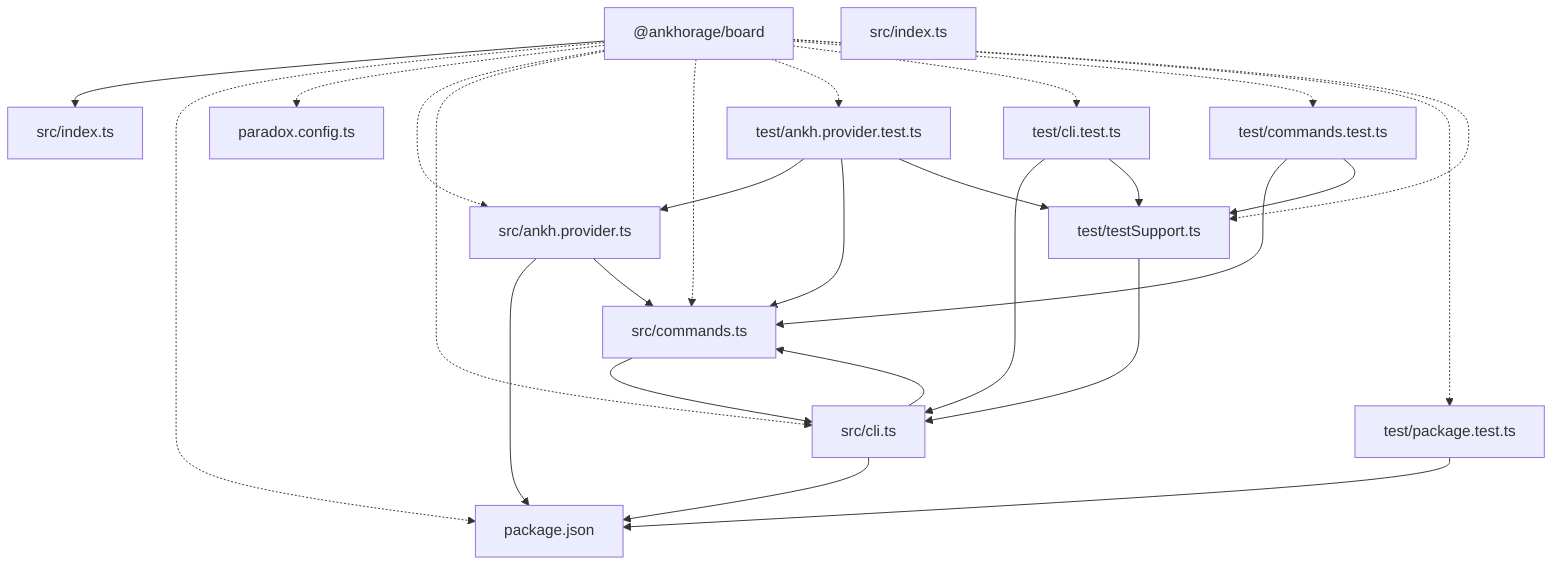
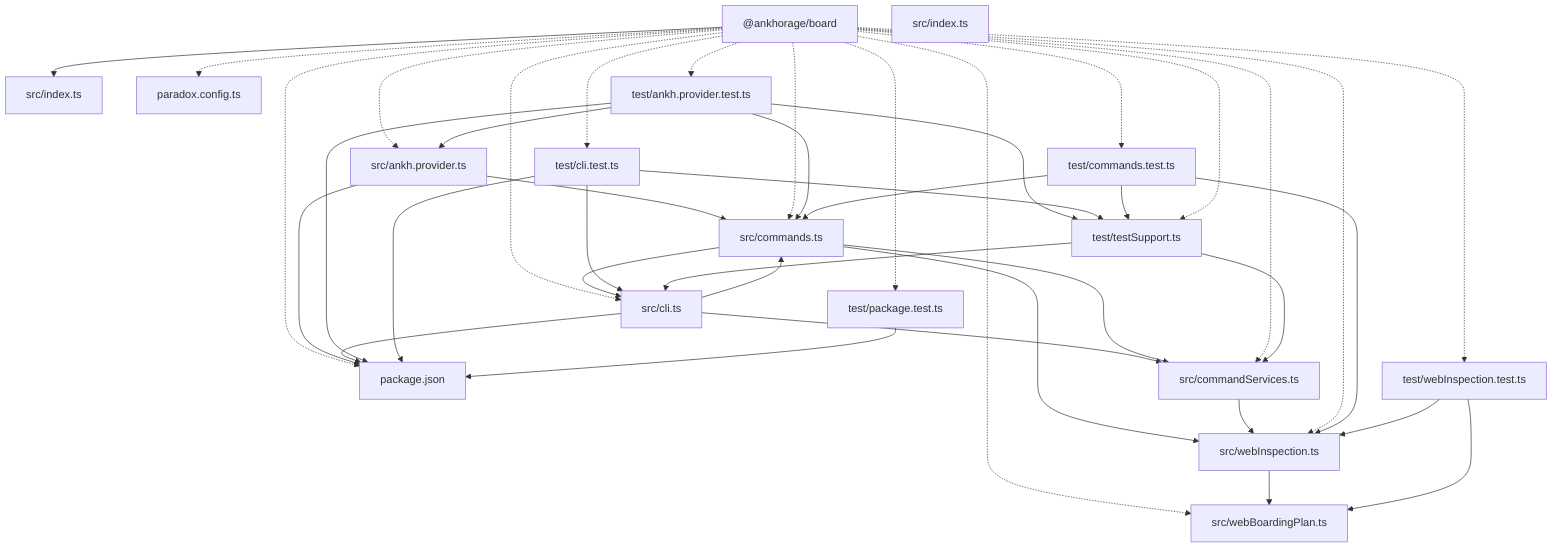
graph TD
  package__ankhorage_board["@ankhorage/board"]
  entrypoint_src_index_ts["src/index.ts"]
  package__ankhorage_board --> entrypoint_src_index_ts
  module_package_json["package.json"]
  package__ankhorage_board -.-> module_package_json
  module_paradox_config_ts["paradox.config.ts"]
  package__ankhorage_board -.-> module_paradox_config_ts
  module_src_ankh_provider_ts["src/ankh.provider.ts"]
  package__ankhorage_board -.-> module_src_ankh_provider_ts
  module_src_ankh_provider_ts --> module_package_json
  module_src_ankh_provider_ts --> module_src_commands_ts
  module_src_cli_ts["src/cli.ts"]
  package__ankhorage_board -.-> module_src_cli_ts
  module_src_cli_ts --> module_package_json
  module_src_cli_ts --> module_src_commands_ts
+   module_src_cli_ts --> module_src_commandServices_ts
  module_src_commands_ts["src/commands.ts"]
  package__ankhorage_board -.-> module_src_commands_ts
  module_src_commands_ts --> module_src_cli_ts
+   module_src_commands_ts --> module_src_commandServices_ts
+   module_src_commands_ts --> module_src_webInspection_ts
+   module_src_commandServices_ts["src/commandServices.ts"]
+   package__ankhorage_board -.-> module_src_commandServices_ts
+   module_src_commandServices_ts --> module_src_webInspection_ts
  module_src_index_ts["src/index.ts"]
+   module_src_webBoardingPlan_ts["src/webBoardingPlan.ts"]
+   package__ankhorage_board -.-> module_src_webBoardingPlan_ts
+   module_src_webInspection_ts["src/webInspection.ts"]
+   package__ankhorage_board -.-> module_src_webInspection_ts
+   module_src_webInspection_ts --> module_src_webBoardingPlan_ts
  module_test_ankh_provider_test_ts["test/ankh.provider.test.ts"]
  package__ankhorage_board -.-> module_test_ankh_provider_test_ts
+   module_test_ankh_provider_test_ts --> module_package_json
  module_test_ankh_provider_test_ts --> module_src_ankh_provider_ts
  module_test_ankh_provider_test_ts --> module_src_commands_ts
  module_test_ankh_provider_test_ts --> module_test_testSupport_ts
  module_test_cli_test_ts["test/cli.test.ts"]
  package__ankhorage_board -.-> module_test_cli_test_ts
+   module_test_cli_test_ts --> module_package_json
  module_test_cli_test_ts --> module_src_cli_ts
  module_test_cli_test_ts --> module_test_testSupport_ts
  module_test_commands_test_ts["test/commands.test.ts"]
  package__ankhorage_board -.-> module_test_commands_test_ts
  module_test_commands_test_ts --> module_src_commands_ts
+   module_test_commands_test_ts --> module_src_webInspection_ts
  module_test_commands_test_ts --> module_test_testSupport_ts
  module_test_package_test_ts["test/package.test.ts"]
  package__ankhorage_board -.-> module_test_package_test_ts
  module_test_package_test_ts --> module_package_json
  module_test_testSupport_ts["test/testSupport.ts"]
  package__ankhorage_board -.-> module_test_testSupport_ts
  module_test_testSupport_ts --> module_src_cli_ts
+   module_test_testSupport_ts --> module_src_commandServices_ts
+   module_test_webInspection_test_ts["test/webInspection.test.ts"]
+   package__ankhorage_board -.-> module_test_webInspection_test_ts
+   module_test_webInspection_test_ts --> module_src_webBoardingPlan_ts
+   module_test_webInspection_test_ts --> module_src_webInspection_ts
